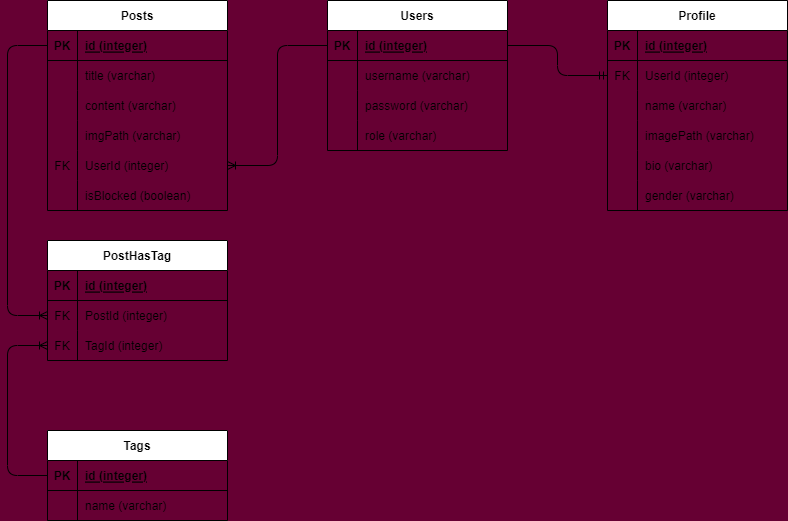
ardiantoosman4/bookface keeps this draw.io diagram as schema.drawio.png. Above is the earlier version. Source tidied: cells renumbered, new cells last; positions are measured from the earlier drawing's top-left corner, leaving out a move shared by most shapes.
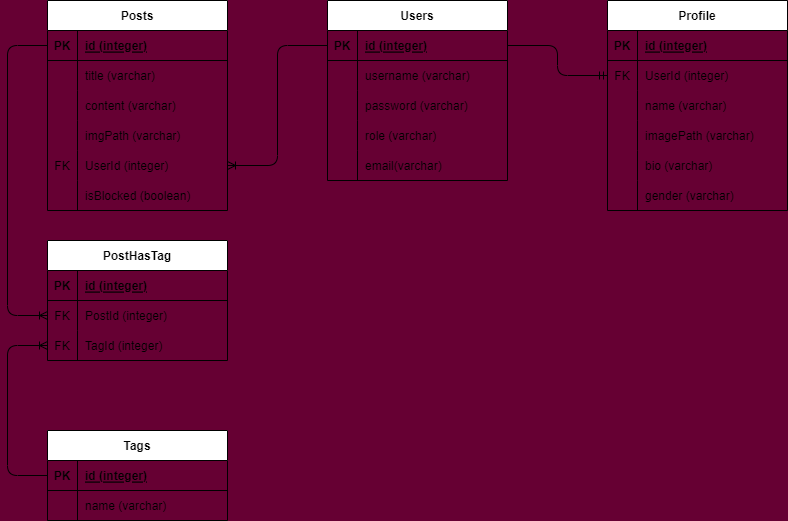
After the commit.

What changed in the source:
```diff
@@ -111,7 +111,7 @@
       <mxGeometry x="30" width="150" height="30" as="geometry" />
     </mxCell>
     <mxCell id="38" value="Users" style="shape=table;startSize=30;rowLines=0;fontStyle=1;align=center;" parent="1" vertex="1">
-      <mxGeometry x="320" width="180" height="150" as="geometry" />
+      <mxGeometry x="320" width="180" height="180" as="geometry" />
     </mxCell>
     <mxCell id="39" style="shape=tableRow;horizontal=0;startSize=0;swimlaneHead=0;swimlaneBody=0;fillColor=none;points=[[0,0.5],[1,0.5]];portConstraint=eastwest;top=0;left=0;right=0;bottom=1;" parent="38" vertex="1">
       <mxGeometry y="30" width="180" height="30" as="geometry" />
@@ -149,6 +149,15 @@
     <mxCell id="50" value="role (varchar)" style="shape=partialRectangle;fillColor=none;top=0;left=0;bottom=0;right=0;align=left;spacingLeft=6;overflow=hidden;" parent="48" vertex="1">
       <mxGeometry x="30" width="150" height="30" as="geometry" />
     </mxCell>
+    <mxCell id="74" style="shape=tableRow;horizontal=0;startSize=0;swimlaneHead=0;swimlaneBody=0;fillColor=none;top=0;left=0;right=0;bottom=0;" parent="38" vertex="1">
+      <mxGeometry y="150" width="180" height="30" as="geometry" />
+    </mxCell>
+    <mxCell id="75" style="shape=partialRectangle;fillColor=none;top=0;left=0;bottom=0;right=0;overflow=hidden;" parent="74" vertex="1">
+      <mxGeometry width="30" height="30" as="geometry" />
+    </mxCell>
+    <mxCell id="76" value="email(varchar)" style="shape=partialRectangle;fillColor=none;top=0;left=0;bottom=0;right=0;align=left;spacingLeft=6;overflow=hidden;" parent="74" vertex="1">
+      <mxGeometry x="30" width="150" height="30" as="geometry" />
+    </mxCell>
     <mxCell id="51" value="Profile" style="shape=table;startSize=30;rowLines=0;fontStyle=1;align=center;" parent="1" vertex="1">
       <mxGeometry x="600" width="180" height="210" as="geometry" />
     </mxCell>
```
